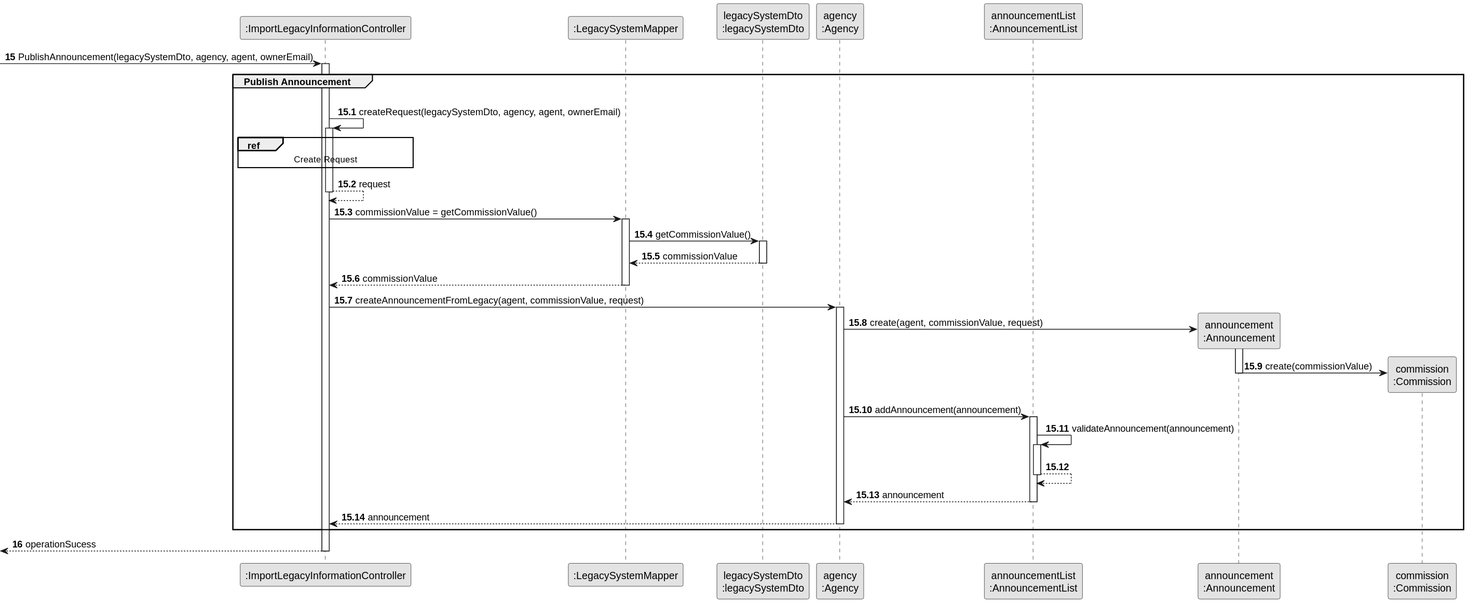
rita-barbosa/LAPR2-2223 keeps this PlantUML diagram as docs/sprintC/us012/03.design/svg/us012-sequence-diagram-partial-publish-announcement.svg. Above is the earlier version. The source it was exported from:
```plantuml
@startuml
skinparam monochrome true
skinparam packageStyle rectangle
skinparam shANNOUNCEowing false
participant ":ImportLegacyInformationController" as CTRL
participant ":LegacySystemMapper" as MAPPER
participant "legacySystemDto\n:legacySystemDto" as DTO
participant "agency\n:Agency" as AGENCY
participant "announcementList\n:AnnouncementList" as LIST
participant "announcement\n:Announcement" as ANNOUNCE
participant "commission\n:Commission" as COMMISSION


    autonumber 15

     -> CTRL : PublishAnnouncement(legacySystemDto, agency, agent, ownerEmail)
    activate CTRL

    autonumber 15.1

    group Publish Announcement

    |||
    CTRL -> CTRL : createRequest(legacySystemDto, agency, agent, ownerEmail)
    activate CTRL

    ref over CTRL
        Create Request
    end ref

        CTRL --> CTRL : request
    deactivate CTRL

    CTRL -> MAPPER : commissionValue = getCommissionValue()
    activate MAPPER

        MAPPER -> DTO : getCommissionValue()
        activate DTO

            DTO --> MAPPER : commissionValue
        deactivate DTO

        MAPPER --> CTRL : commissionValue
    deactivate MAPPER

    CTRL -> AGENCY : createAnnouncementFromLegacy(agent, commissionValue, request)
    activate AGENCY

        AGENCY -> ANNOUNCE**: create(agent, commissionValue, request)
        activate ANNOUNCE

        ANNOUNCE -> COMMISSION** : create(commissionValue)
     deactivate ANNOUNCE

    AGENCY -> LIST: addAnnouncement(announcement)
    activate LIST

        LIST -> LIST: validateAnnouncement(announcement)
        activate LIST
            LIST --> LIST
        deactivate LIST

        LIST --> AGENCY : announcement
    deactivate LIST

        AGENCY --> CTRL : announcement
    deactivate  AGENCY

    end group

autonumber 16

    <-- CTRL : operationSucess
    deactivate CTRL
@enduml
```
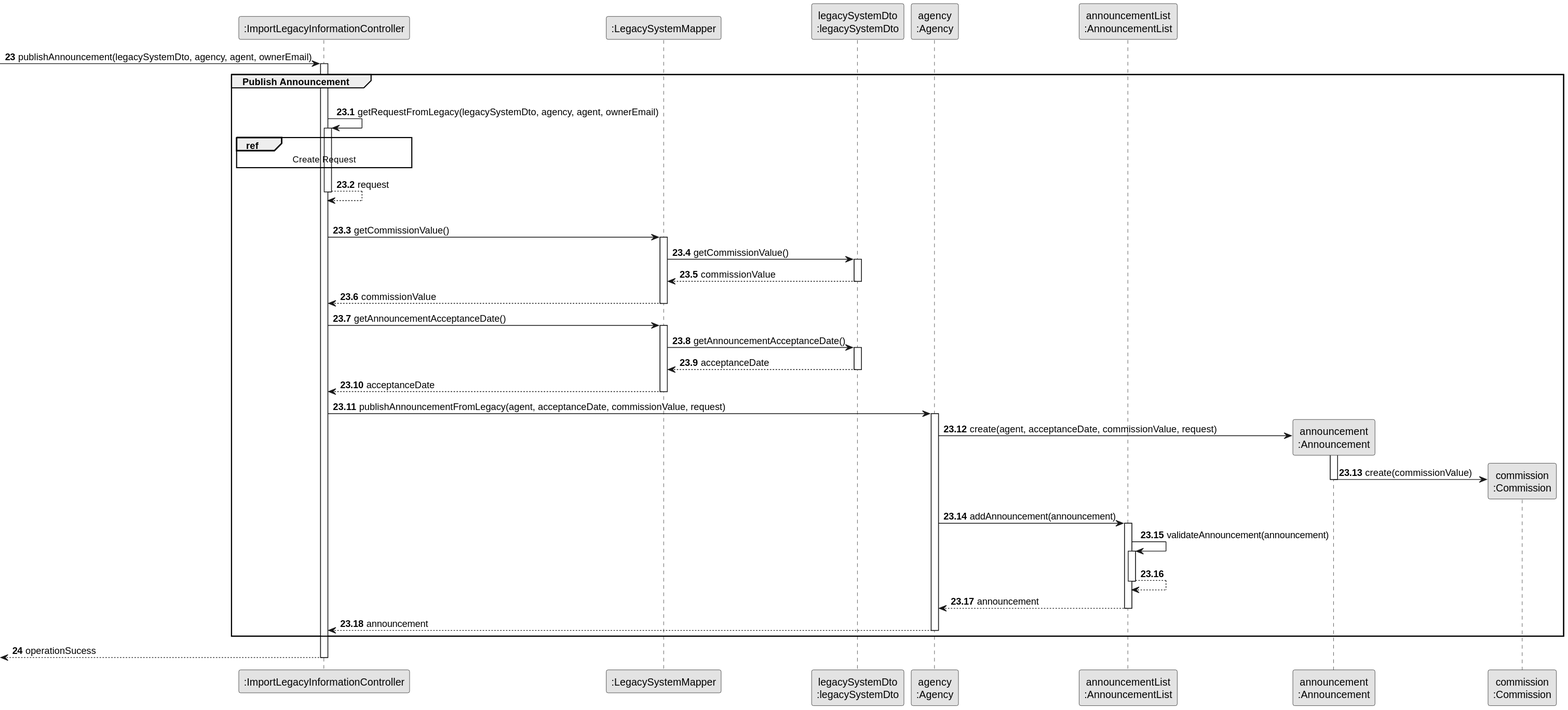
Later version of the same file.

Change to the diagram source:
```diff
@@ -11,17 +11,17 @@
 participant "commission\n:Commission" as COMMISSION
 
 
-    autonumber 15
+    autonumber 23
 
-     -> CTRL : PublishAnnouncement(legacySystemDto, agency, agent, ownerEmail)
+     -> CTRL : publishAnnouncement(legacySystemDto, agency, agent, ownerEmail)
     activate CTRL
 
-    autonumber 15.1
+    autonumber 23.1
 
     group Publish Announcement
 
     |||
-    CTRL -> CTRL : createRequest(legacySystemDto, agency, agent, ownerEmail)
+    CTRL -> CTRL : getRequestFromLegacy(legacySystemDto, agency, agent, ownerEmail)
     activate CTRL
 
     ref over CTRL
@@ -30,8 +30,8 @@
 
         CTRL --> CTRL : request
     deactivate CTRL
-
-    CTRL -> MAPPER : commissionValue = getCommissionValue()
+|||
+    CTRL -> MAPPER : getCommissionValue()
     activate MAPPER
 
         MAPPER -> DTO : getCommissionValue()
@@ -43,10 +43,22 @@
         MAPPER --> CTRL : commissionValue
     deactivate MAPPER
 
-    CTRL -> AGENCY : createAnnouncementFromLegacy(agent, commissionValue, request)
+    CTRL -> MAPPER : getAnnouncementAcceptanceDate()
+    activate MAPPER
+
+        MAPPER -> DTO : getAnnouncementAcceptanceDate()
+        activate DTO
+
+            DTO --> MAPPER : acceptanceDate
+        deactivate DTO
+
+        MAPPER --> CTRL : acceptanceDate
+    deactivate MAPPER
+
+    CTRL -> AGENCY : publishAnnouncementFromLegacy(agent, acceptanceDate, commissionValue, request)
     activate AGENCY
 
-        AGENCY -> ANNOUNCE**: create(agent, commissionValue, request)
+        AGENCY -> ANNOUNCE**: create(agent, acceptanceDate, commissionValue, request)
         activate ANNOUNCE
 
         ANNOUNCE -> COMMISSION** : create(commissionValue)
@@ -68,7 +80,7 @@
 
     end group
 
-autonumber 16
+autonumber 24
 
     <-- CTRL : operationSucess
     deactivate CTRL
```
